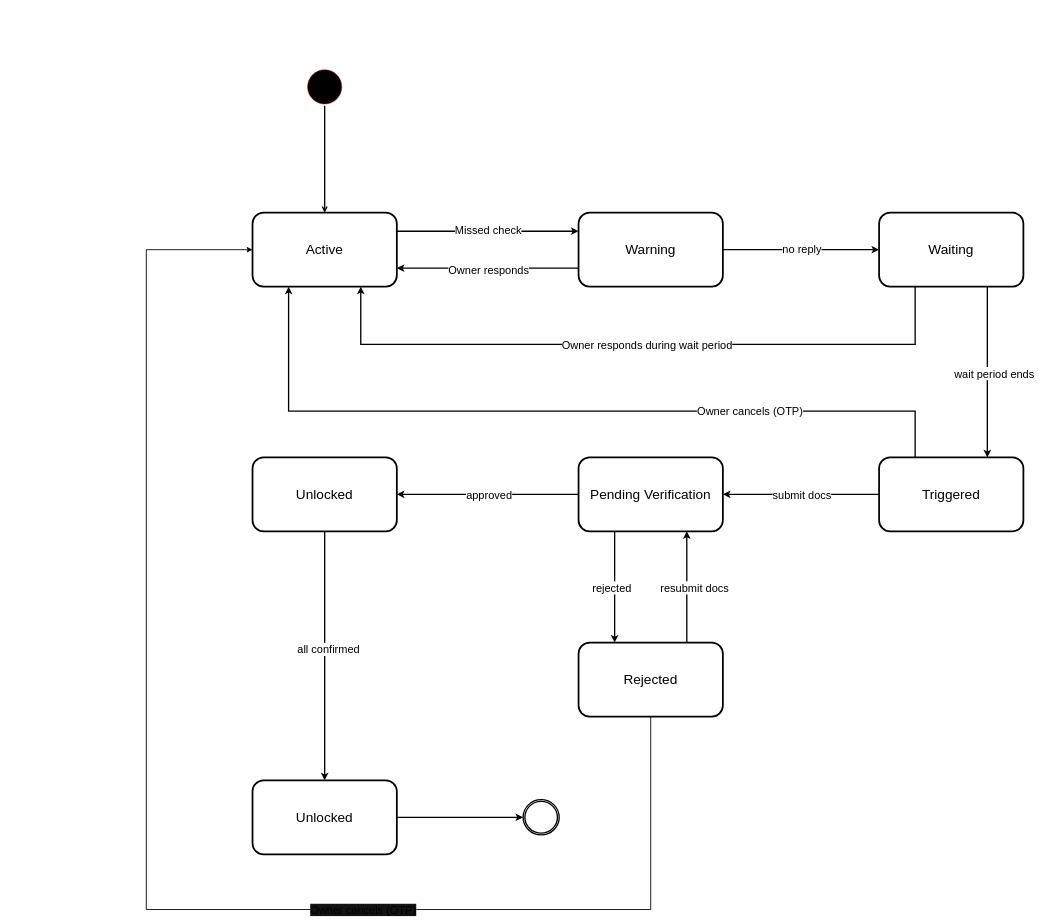
Before: States-Diagram-SWD.drawio in QuochuyChung/Final-Report-SWD, a draw.io diagram. Source tidied: cells renumbered, new cells numbered last; positions are measured from the earlier drawing's top-left corner, leaving out a move shared by most shapes. Both pictures are drawn from the tidied source at 44%, with x=0, y=0 at pixel (146, 68).
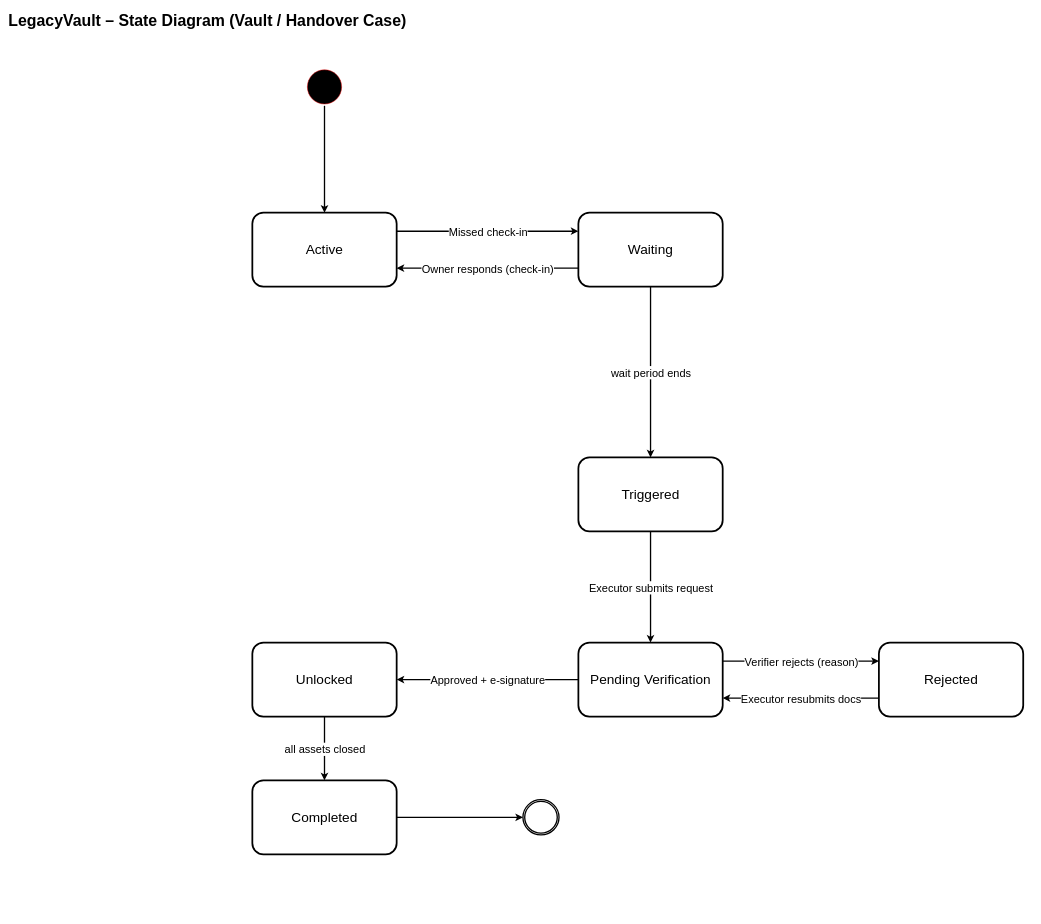
The same page after the edit.

Commit message (it also covers changes not shown here):
fix(diagram): fix state diagram and add Integrated diagram

The edit, as a diff of the source:
```diff
@@
-    <mxCell id="2" style="edgeStyle=none;curved=1;rounded=0;jettySize=auto;html=1;exitX=1;exitY=0.25;exitDx=0;exitDy=0;entryX=0;entryY=0.25;entryDx=0;entryDy=0;fontSize=12;startSize=8;endSize=8;strokeWidth=3;" parent="1" edge="1" source="4" target="6">
-      <mxGeometry relative="1" as="geometry" />
-    </mxCell>
-    <mxCell id="3" value="&lt;font style=&quot;font-size: 25px;&quot;&gt;Missed check&lt;/font&gt;" style="edgeLabel;html=1;align=center;verticalAlign=middle;fontSize=12;" parent="2" vertex="1">
-      <mxGeometry x="-0.02" y="10" relative="1" as="geometry">
-        <mxPoint x="5" y="6" as="offset" />
-      </mxGeometry>
-    </mxCell>
+    <mxCell id="38" value="LegacyVault – State Diagram (Vault / Handover Case)" style="text;html=1;align=left;verticalAlign=middle;fontSize=36;fontStyle=1;" parent="1" vertex="1">
+      <mxGeometry x="-315" y="-137" width="1400" height="60" as="geometry" />
+    </mxCell>
+    <mxCell id="39" style="ellipse;html=1;shape=startState;fillColor=#000000;strokeColor=#ff0000;strokeWidth=1;" parent="1" vertex="1">
+      <mxGeometry x="362" width="86" height="86" as="geometry" />
+    </mxCell>
+    <mxCell id="40" style="ellipse;html=1;shape=endState;fillColor=light-dark(#FFFFFF,#FFFFFF);strokeWidth=3;" parent="1" vertex="1">
+      <mxGeometry x="856" y="1663" width="82" height="80" as="geometry" />
+    </mxCell>
     <mxCell id="4" value="&lt;font style=&quot;font-size: 31px;&quot;&gt;Active&lt;/font&gt;" style="rounded=1;whiteSpace=wrap;html=1;strokeWidth=4;" parent="1" vertex="1">
-      <mxGeometry x="241.4" y="329" width="328" height="168" as="geometry" />
+      <mxGeometry x="241" y="329" width="328" height="168" as="geometry" />
     </mxCell>
     <mxCell id="5" value="&lt;font style=&quot;font-size: 31px;&quot;&gt;Waiting&lt;/font&gt;" style="rounded=1;whiteSpace=wrap;html=1;strokeWidth=4;" parent="1" vertex="1">
-      <mxGeometry x="1665.4" y="329" width="328" height="168" as="geometry" />
+      <mxGeometry x="982" y="329" width="328" height="168" as="geometry" />
     </mxCell>
-    <mxCell id="6" value="&lt;font style=&quot;font-size: 31px;&quot;&gt;Warning&lt;/font&gt;" style="rounded=1;whiteSpace=wrap;html=1;strokeWidth=4;" parent="1" vertex="1">
-      <mxGeometry x="982.4" y="329" width="328" height="168" as="geometry" />
-    </mxCell>
-    <mxCell id="7" style="ellipse;html=1;shape=endState;fillColor=light-dark(#FFFFFF,#FFFFFF);strokeWidth=3;" parent="1" vertex="1">
-      <mxGeometry x="856.4" y="1663" width="82" height="80" as="geometry" />
-    </mxCell>
-    <mxCell id="8" style="ellipse;html=1;shape=startState;fillColor=#000000;strokeColor=#ff0000;strokeWidth=1;" parent="1" vertex="1">
-      <mxGeometry x="362.4" width="86" height="86" as="geometry" />
-    </mxCell>
-    <mxCell id="9" style="edgeStyle=orthogonalEdgeStyle;html=1;verticalAlign=bottom;endArrow=open;endSize=8;rounded=0;fontSize=12;curved=1;entryX=0.5;entryY=0;entryDx=0;entryDy=0;strokeWidth=3;" parent="1" edge="1" source="8" target="4">
-      <mxGeometry relative="1" as="geometry" />
-    </mxCell>
-    <mxCell id="10" style="edgeStyle=none;curved=1;rounded=0;jettySize=auto;html=1;exitX=0;exitY=0.75;exitDx=0;exitDy=0;entryX=1;entryY=0.75;entryDx=0;entryDy=0;fontSize=12;startSize=8;endSize=8;strokeWidth=3;" parent="1" edge="1" source="6" target="4">
-      <mxGeometry relative="1" as="geometry" />
-    </mxCell>
-    <mxCell id="11" value="&lt;font style=&quot;font-size: 25px;&quot;&gt;Owner responds&lt;/font&gt;" style="edgeLabel;html=1;align=center;verticalAlign=middle;fontSize=12;" parent="10" vertex="1">
-      <mxGeometry x="-0.02" y="10" relative="1" as="geometry">
-        <mxPoint x="-3" y="-8" as="offset" />
-      </mxGeometry>
-    </mxCell>
-    <mxCell id="12" style="edgeStyle=none;curved=1;rounded=0;jettySize=auto;html=1;exitX=1;exitY=0.5;exitDx=0;exitDy=0;entryX=0;entryY=0.5;entryDx=0;entryDy=0;fontSize=12;startSize=8;endSize=8;strokeWidth=3;" parent="1" edge="1" source="6" target="5">
-      <mxGeometry relative="1" as="geometry" />
-    </mxCell>
-    <mxCell id="13" value="&lt;font style=&quot;font-size: 25px;&quot;&gt;no reply&lt;/font&gt;" style="edgeLabel;html=1;align=center;verticalAlign=middle;fontSize=12;" parent="12" vertex="1">
-      <mxGeometry x="-0.02" y="10" relative="1" as="geometry">
-        <mxPoint x="5" y="6" as="offset" />
-      </mxGeometry>
-    </mxCell>
-    <mxCell id="14" style="edgeStyle=orthogonalEdgeStyle;rounded=0;jettySize=auto;html=1;exitX=0.25;exitY=0;exitDx=0;exitDy=0;entryX=0.25;entryY=1;entryDx=0;entryDy=0;fontSize=12;startSize=8;endSize=8;strokeWidth=3;" parent="1" edge="1" source="16" target="4">
-      <mxGeometry relative="1" as="geometry">
-        <Array as="points">
-          <mxPoint x="1747.4" y="780" />
-          <mxPoint x="323.4" y="780" />
-        </Array>
-      </mxGeometry>
-    </mxCell>
-    <mxCell id="15" value="&lt;font style=&quot;font-size: 25px;&quot;&gt;Owner cancels (OTP)&lt;/font&gt;" style="edgeLabel;html=1;align=center;verticalAlign=middle;fontSize=12;" parent="14" vertex="1">
-      <mxGeometry x="-0.52" y="-9" relative="1" as="geometry">
-        <mxPoint x="-46" y="7" as="offset" />
-      </mxGeometry>
-    </mxCell>
     <mxCell id="16" value="&lt;font style=&quot;font-size: 31px;&quot;&gt;Triggered&lt;/font&gt;" style="rounded=1;whiteSpace=wrap;html=1;strokeWidth=4;" parent="1" vertex="1">
-      <mxGeometry x="1665.4" y="885" width="328" height="168" as="geometry" />
+      <mxGeometry x="982" y="885" width="328" height="168" as="geometry" />
     </mxCell>
+    <mxCell id="23" value="&lt;font style=&quot;font-size: 31px;&quot;&gt;Pending Verification&lt;/font&gt;" style="rounded=1;whiteSpace=wrap;html=1;strokeWidth=4;" parent="1" vertex="1">
+      <mxGeometry x="982" y="1306" width="328" height="168" as="geometry" />
+    </mxCell>
+    <mxCell id="33" value="&lt;font style=&quot;font-size: 31px;&quot;&gt;Rejected&lt;/font&gt;" style="rounded=1;whiteSpace=wrap;html=1;strokeWidth=4;" parent="1" vertex="1">
+      <mxGeometry x="1665" y="1306" width="328" height="168" as="geometry" />
+    </mxCell>
+    <mxCell id="41" value="&lt;font style=&quot;font-size: 31px;&quot;&gt;Unlocked&lt;/font&gt;" style="rounded=1;whiteSpace=wrap;html=1;strokeWidth=4;" parent="1" vertex="1">
+      <mxGeometry x="241" y="1306" width="328" height="168" as="geometry" />
+    </mxCell>
+    <mxCell id="42" value="&lt;font style=&quot;font-size: 31px;&quot;&gt;Completed&lt;/font&gt;" style="rounded=1;whiteSpace=wrap;html=1;strokeWidth=4;" parent="1" vertex="1">
+      <mxGeometry x="241" y="1619" width="328" height="168" as="geometry" />
+    </mxCell>
+    <mxCell id="43" style="edgeStyle=orthogonalEdgeStyle;rounded=0;jettySize=auto;html=1;fontSize=12;startSize=8;endSize=8;strokeWidth=3;" parent="1" edge="1" source="39" target="4">
+      <mxGeometry relative="1" as="geometry" />
+    </mxCell>
+    <mxCell id="44" style="edgeStyle=orthogonalEdgeStyle;rounded=0;jettySize=auto;html=1;fontSize=12;startSize=8;endSize=8;strokeWidth=3;exitX=1;exitY=0.25;entryX=0;entryY=0.25;" parent="1" edge="1" source="4" target="5">
+      <mxGeometry relative="1" as="geometry" />
+    </mxCell>
+    <mxCell id="45" value="&lt;font style=&quot;font-size: 25px;&quot;&gt;Missed check-in&lt;/font&gt;" style="edgeLabel;html=1;align=center;verticalAlign=middle;fontSize=12;" parent="44" vertex="1">
+      <mxGeometry relative="1" as="geometry" />
+    </mxCell>
+    <mxCell id="19" style="edgeStyle=orthogonalEdgeStyle;rounded=0;jettySize=auto;html=1;fontSize=12;startSize=8;endSize=8;strokeWidth=3;exitX=0;exitY=0.75;entryX=1;entryY=0.75;" parent="1" edge="1" source="5" target="4">
+      <mxGeometry relative="1" as="geometry" />
+    </mxCell>
+    <mxCell id="46" value="&lt;font style=&quot;font-size: 25px;&quot;&gt;Owner responds (check-in)&lt;/font&gt;" style="edgeLabel;html=1;align=center;verticalAlign=middle;fontSize=12;" parent="19" vertex="1">
+      <mxGeometry relative="1" as="geometry" />
+    </mxCell>
-    <mxCell id="17" style="edgeStyle=none;curved=1;rounded=0;jettySize=auto;html=1;exitX=0.75;exitY=1;exitDx=0;exitDy=0;entryX=0.75;entryY=0;entryDx=0;entryDy=0;fontSize=12;startSize=8;endSize=8;strokeWidth=3;" parent="1" edge="1" source="5" target="16">
+    <mxCell id="17" style="edgeStyle=orthogonalEdgeStyle;rounded=0;jettySize=auto;html=1;fontSize=12;startSize=8;endSize=8;strokeWidth=3;exitX=0.5;exitY=1;entryX=0.5;entryY=0;" parent="1" edge="1" source="5" target="16">
       <mxGeometry relative="1" as="geometry" />
     </mxCell>
     <mxCell id="18" value="&lt;font style=&quot;font-size: 25px;&quot;&gt;wait period ends&lt;/font&gt;" style="edgeLabel;html=1;align=center;verticalAlign=middle;fontSize=12;" parent="17" vertex="1">
-      <mxGeometry x="-0.02" y="10" relative="1" as="geometry">
-        <mxPoint x="5" y="6" as="offset" />
-      </mxGeometry>
+      <mxGeometry relative="1" as="geometry" />
     </mxCell>
-    <mxCell id="19" style="edgeStyle=orthogonalEdgeStyle;rounded=0;jettySize=auto;html=1;exitX=0.25;exitY=1;exitDx=0;exitDy=0;fontSize=12;startSize=8;endSize=8;strokeWidth=3;entryX=0.75;entryY=1;entryDx=0;entryDy=0;" parent="1" edge="1" source="5" target="4">
-      <mxGeometry relative="1" as="geometry">
-        <Array as="points">
-          <mxPoint x="1747.4" y="628" />
-          <mxPoint x="487.4" y="628" />
-        </Array>
-      </mxGeometry>
-    </mxCell>
-    <mxCell id="20" value="&lt;span style=&quot;font-size: 25px;&quot;&gt;Owner responds during wait period&lt;/span&gt;&lt;div&gt;&lt;span style=&quot;font-size: 25px;&quot;&gt;&lt;br&gt;&lt;/span&gt;&lt;/div&gt;" style="edgeLabel;html=1;align=center;verticalAlign=middle;fontSize=12;" parent="19" vertex="1">
-      <mxGeometry x="-0.02" y="10" relative="1" as="geometry">
-        <mxPoint x="5" y="6" as="offset" />
-      </mxGeometry>
-    </mxCell>
-    <mxCell id="21" style="edgeStyle=orthogonalEdgeStyle;rounded=0;jettySize=auto;html=1;exitX=0.5;exitY=1;exitDx=0;exitDy=0;entryX=0;entryY=0.5;entryDx=0;entryDy=0;fontSize=12;startSize=8;endSize=8;strokeWidth=2;" parent="1" edge="1" source="33" target="4">
-      <mxGeometry x="0.33" relative="1" as="geometry">
-        <Array as="points">
-          <mxPoint x="1146.4" y="1912.6" />
-          <mxPoint y="1912.6" />
-          <mxPoint y="413" />
-        </Array>
-      </mxGeometry>
-    </mxCell>
-    <mxCell id="22" value="&lt;span style=&quot;font-size: 25px; background-color: light-dark(rgb(18, 18, 18), rgb(0, 0, 0));&quot;&gt;Owner cancels (OTP)&lt;/span&gt;" style="edgeLabel;html=1;align=center;verticalAlign=middle;defaultLabelBackgroundColor=gap;" parent="21" vertex="1">
-      <mxGeometry x="-0.35" y="-8" relative="1" as="geometry">
-        <mxPoint x="-12" y="8" as="offset" />
-      </mxGeometry>
-    </mxCell>
-    <mxCell id="23" value="&lt;font style=&quot;font-size: 31px;&quot;&gt;Pending Verification&lt;/font&gt;" style="rounded=1;whiteSpace=wrap;html=1;strokeWidth=4;" parent="1" vertex="1">
-      <mxGeometry x="982.4" y="885" width="328" height="168" as="geometry" />
-    </mxCell>
-    <mxCell id="24" style="edgeStyle=none;curved=1;rounded=0;jettySize=auto;html=1;exitX=0;exitY=0.5;exitDx=0;exitDy=0;fontSize=12;startSize=8;endSize=8;strokeWidth=3;" parent="1" edge="1" source="16" target="23">
+    <mxCell id="24" style="edgeStyle=orthogonalEdgeStyle;rounded=0;jettySize=auto;html=1;fontSize=12;startSize=8;endSize=8;strokeWidth=3;exitX=0.5;exitY=1;entryX=0.5;entryY=0;" parent="1" edge="1" source="16" target="23">
       <mxGeometry relative="1" as="geometry" />
     </mxCell>
-    <mxCell id="25" value="&lt;font style=&quot;font-size: 25px;&quot;&gt;submit docs&lt;/font&gt;" style="edgeLabel;html=1;align=center;verticalAlign=middle;fontSize=12;" parent="24" vertex="1">
-      <mxGeometry x="-0.02" y="10" relative="1" as="geometry">
-        <mxPoint x="-2" y="-10" as="offset" />
-      </mxGeometry>
-    </mxCell>
-    <mxCell id="26" value="&lt;font style=&quot;font-size: 31px;&quot;&gt;Unlocked&lt;/font&gt;" style="rounded=1;whiteSpace=wrap;html=1;strokeWidth=4;" parent="1" vertex="1">
-      <mxGeometry x="241.4" y="885" width="328" height="168" as="geometry" />
-    </mxCell>
-    <mxCell id="27" style="edgeStyle=none;curved=1;rounded=0;jettySize=auto;html=1;exitX=0;exitY=0.5;exitDx=0;exitDy=0;fontSize=12;startSize=8;endSize=8;strokeWidth=3;entryX=1;entryY=0.5;entryDx=0;entryDy=0;" parent="1" edge="1" source="23" target="26">
-      <mxGeometry relative="1" as="geometry" />
-    </mxCell>
-    <mxCell id="28" value="&lt;font style=&quot;font-size: 25px;&quot;&gt;approved&lt;/font&gt;" style="edgeLabel;html=1;align=center;verticalAlign=middle;fontSize=12;" parent="27" vertex="1">
-      <mxGeometry x="-0.02" y="10" relative="1" as="geometry">
-        <mxPoint x="-2" y="-10" as="offset" />
-      </mxGeometry>
-    </mxCell>
-    <mxCell id="29" value="&lt;font style=&quot;font-size: 31px;&quot;&gt;Unlocked&lt;/font&gt;" style="rounded=1;whiteSpace=wrap;html=1;strokeWidth=4;" parent="1" vertex="1">
-      <mxGeometry x="241.4" y="1619" width="328" height="168" as="geometry" />
-    </mxCell>
-    <mxCell id="30" style="edgeStyle=none;curved=1;rounded=0;jettySize=auto;html=1;exitX=0.5;exitY=1;exitDx=0;exitDy=0;fontSize=12;startSize=8;endSize=8;strokeWidth=3;entryX=0.5;entryY=0;entryDx=0;entryDy=0;" parent="1" edge="1" source="26" target="29">
-      <mxGeometry relative="1" as="geometry" />
-    </mxCell>
-    <mxCell id="31" value="&lt;font style=&quot;font-size: 25px;&quot;&gt;all confirmed&lt;/font&gt;" style="edgeLabel;html=1;align=center;verticalAlign=middle;fontSize=12;" parent="30" vertex="1">
-      <mxGeometry x="-0.02" y="10" relative="1" as="geometry">
-        <mxPoint x="-2" y="-10" as="offset" />
-      </mxGeometry>
-    </mxCell>
-    <mxCell id="32" style="edgeStyle=none;curved=1;rounded=0;jettySize=auto;html=1;exitX=1;exitY=0.5;exitDx=0;exitDy=0;fontSize=12;startSize=8;endSize=8;strokeWidth=3;entryX=0;entryY=0.5;entryDx=0;entryDy=0;" parent="1" edge="1" source="29" target="7">
-      <mxGeometry relative="1" as="geometry" />
-    </mxCell>
-    <mxCell id="33" value="&lt;font style=&quot;font-size: 31px;&quot;&gt;Rejected&lt;/font&gt;" style="rounded=1;whiteSpace=wrap;html=1;strokeWidth=4;" parent="1" vertex="1">
-      <mxGeometry x="982.4" y="1306" width="328" height="168" as="geometry" />
-    </mxCell>
+    <mxCell id="47" value="&lt;font style=&quot;font-size: 25px;&quot;&gt;Executor submits request&lt;/font&gt;" style="edgeLabel;html=1;align=center;verticalAlign=middle;fontSize=12;" parent="24" vertex="1">
+      <mxGeometry relative="1" as="geometry" />
+    </mxCell>
-    <mxCell id="34" style="edgeStyle=none;curved=1;rounded=0;jettySize=auto;html=1;exitX=0.25;exitY=1;exitDx=0;exitDy=0;fontSize=12;startSize=8;endSize=8;strokeWidth=3;entryX=0.25;entryY=0;entryDx=0;entryDy=0;" parent="1" edge="1" source="23" target="33">
+    <mxCell id="34" style="edgeStyle=orthogonalEdgeStyle;rounded=0;jettySize=auto;html=1;fontSize=12;startSize=8;endSize=8;strokeWidth=3;exitX=1;exitY=0.25;entryX=0;entryY=0.25;" parent="1" edge="1" source="23" target="33">
       <mxGeometry relative="1" as="geometry" />
     </mxCell>
-    <mxCell id="35" value="&lt;font style=&quot;font-size: 25px;&quot;&gt;rejected&lt;/font&gt;" style="edgeLabel;html=1;align=center;verticalAlign=middle;fontSize=12;" parent="34" vertex="1">
-      <mxGeometry x="-0.02" y="10" relative="1" as="geometry">
-        <mxPoint x="-17" y="3" as="offset" />
-      </mxGeometry>
-    </mxCell>
+    <mxCell id="48" value="&lt;font style=&quot;font-size: 25px;&quot;&gt;Verifier rejects (reason)&lt;/font&gt;" style="edgeLabel;html=1;align=center;verticalAlign=middle;fontSize=12;" parent="34" vertex="1">
+      <mxGeometry relative="1" as="geometry" />
+    </mxCell>
-    <mxCell id="36" style="edgeStyle=none;curved=1;rounded=0;jettySize=auto;html=1;exitX=0.75;exitY=0;exitDx=0;exitDy=0;fontSize=12;startSize=8;endSize=8;strokeWidth=3;entryX=0.75;entryY=1;entryDx=0;entryDy=0;" parent="1" edge="1" source="33" target="23">
+    <mxCell id="36" style="edgeStyle=orthogonalEdgeStyle;rounded=0;jettySize=auto;html=1;fontSize=12;startSize=8;endSize=8;strokeWidth=3;exitX=0;exitY=0.75;entryX=1;entryY=0.75;" parent="1" edge="1" source="33" target="23">
       <mxGeometry relative="1" as="geometry" />
     </mxCell>
-    <mxCell id="37" value="&lt;font style=&quot;font-size: 25px;&quot;&gt;resubmit docs&lt;/font&gt;" style="edgeLabel;html=1;align=center;verticalAlign=middle;fontSize=12;" parent="36" vertex="1">
-      <mxGeometry x="-0.02" y="10" relative="1" as="geometry">
-        <mxPoint x="27" y="-2" as="offset" />
-      </mxGeometry>
-    </mxCell>
+    <mxCell id="49" value="&lt;font style=&quot;font-size: 25px;&quot;&gt;Executor resubmits docs&lt;/font&gt;" style="edgeLabel;html=1;align=center;verticalAlign=middle;fontSize=12;" parent="36" vertex="1">
+      <mxGeometry relative="1" as="geometry" />
+    </mxCell>
+    <mxCell id="50" style="edgeStyle=orthogonalEdgeStyle;rounded=0;jettySize=auto;html=1;fontSize=12;startSize=8;endSize=8;strokeWidth=3;exitX=0;exitY=0.5;entryX=1;entryY=0.5;" parent="1" edge="1" source="23" target="41">
+      <mxGeometry relative="1" as="geometry" />
+    </mxCell>
+    <mxCell id="51" value="&lt;font style=&quot;font-size: 25px;&quot;&gt;Approved + e-signature&lt;/font&gt;" style="edgeLabel;html=1;align=center;verticalAlign=middle;fontSize=12;" parent="50" vertex="1">
+      <mxGeometry relative="1" as="geometry" />
+    </mxCell>
+    <mxCell id="52" style="edgeStyle=orthogonalEdgeStyle;rounded=0;jettySize=auto;html=1;fontSize=12;startSize=8;endSize=8;strokeWidth=3;exitX=0.5;exitY=1;entryX=0.5;entryY=0;" parent="1" edge="1" source="41" target="42">
+      <mxGeometry relative="1" as="geometry" />
+    </mxCell>
+    <mxCell id="53" value="&lt;font style=&quot;font-size: 25px;&quot;&gt;all assets closed&lt;/font&gt;" style="edgeLabel;html=1;align=center;verticalAlign=middle;fontSize=12;" parent="52" vertex="1">
+      <mxGeometry relative="1" as="geometry" />
+    </mxCell>
+    <mxCell id="54" style="edgeStyle=orthogonalEdgeStyle;rounded=0;jettySize=auto;html=1;fontSize=12;startSize=8;endSize=8;strokeWidth=3;exitX=1;exitY=0.5;entryX=0;entryY=0.5;" parent="1" edge="1" source="42" target="40">
+      <mxGeometry relative="1" as="geometry" />
+    </mxCell>
```
